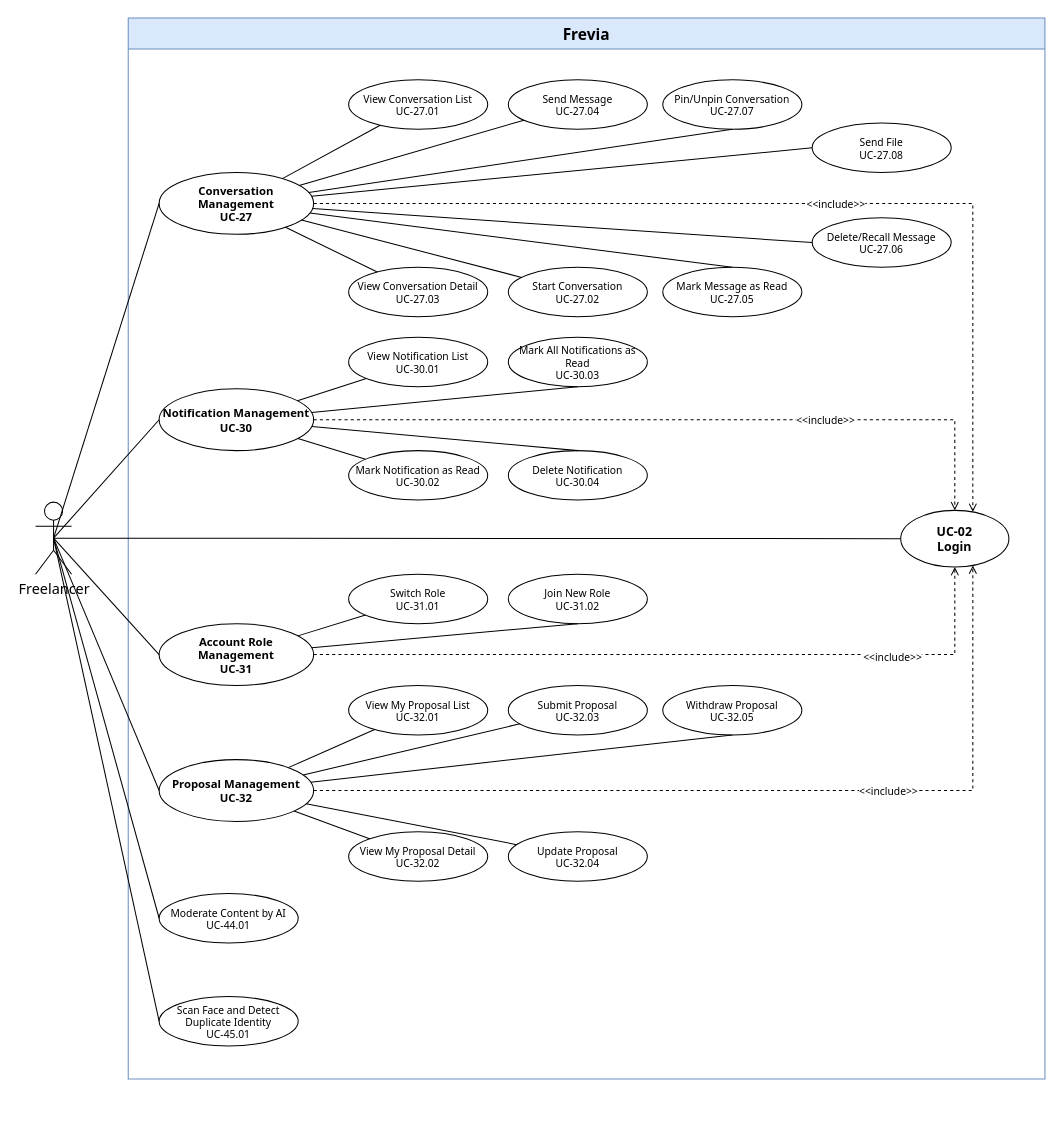
The draw.io diagram page "Freelancer 6/7" (6 of 7) of uc-diagrams/Freelancer.drawio in Thunggg/Frevia, before the edit. Source tidied: cells renumbered, new cells numbered last; positions are measured from the earlier drawing's top-left corner, leaving out a move shared by most shapes. Both pictures are drawn from the tidied source at 103%, with x=0, y=0 at pixel (35, 18).
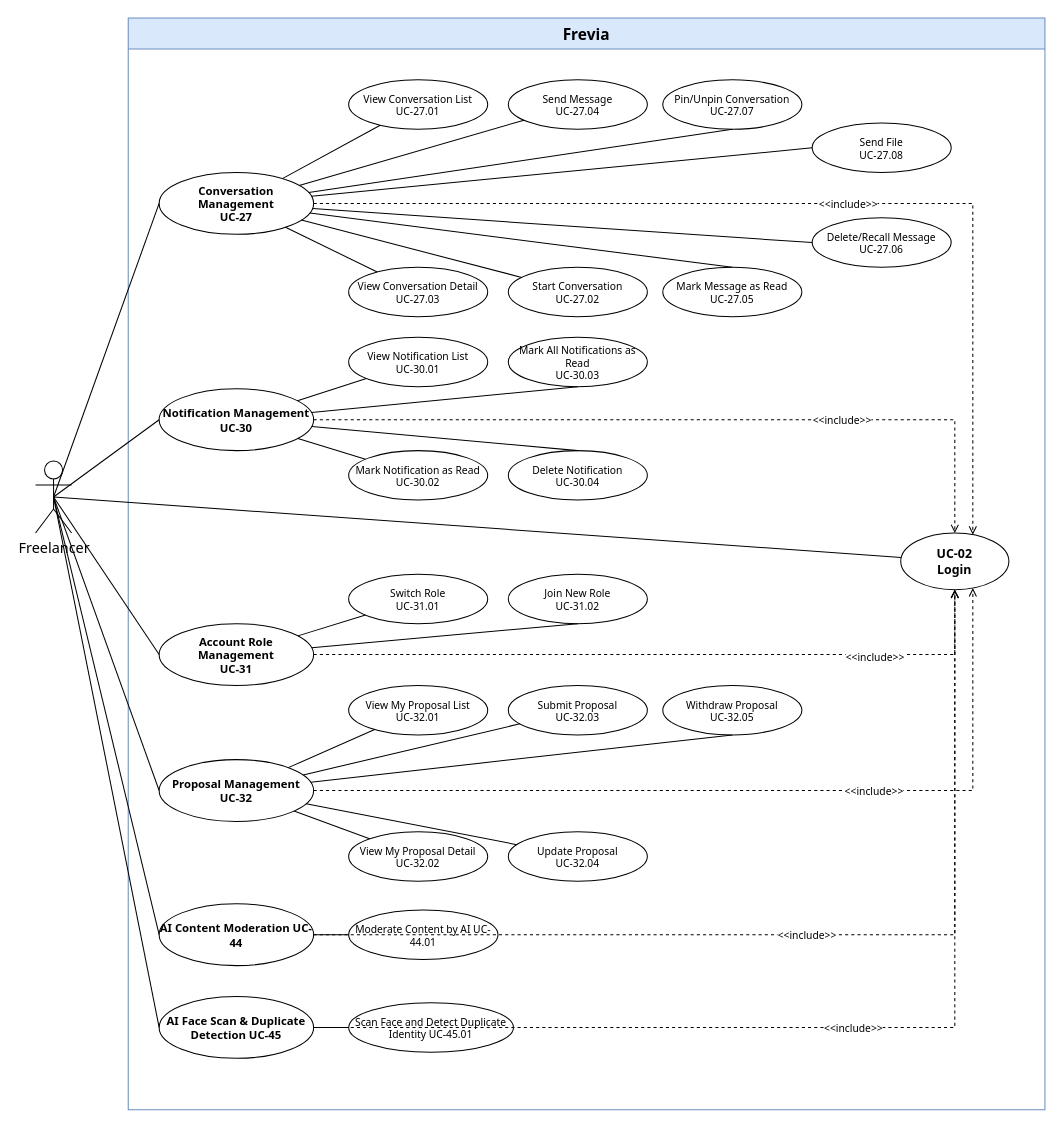
Above is the later version.

What changed in the source:
```diff
@@
     <mxCell id="2" value="Frevia" style="swimlane;whiteSpace=wrap;html=1;startSize=30;fontSize=15;fontFamily=Tahoma;fontStyle=1;fillColor=#dae8fc;strokeColor=#6c8ebf;" parent="1" vertex="1">
-      <mxGeometry x="90" width="890" height="1030" as="geometry" />
+      <mxGeometry x="90" width="890" height="1060" as="geometry" />
     </mxCell>
     <mxCell id="3" value="UC-02&#10;Login" style="ellipse;whiteSpace=wrap;html=1;fontSize=12;fontFamily=Tahoma;fontStyle=1;fillColor=#ffffff;strokeColor=#000000;" parent="2" vertex="1">
-      <mxGeometry x="750" y="478" width="105" height="55" as="geometry" />
+      <mxGeometry x="750" y="500" width="105" height="55" as="geometry" />
     </mxCell>
@@
-    <mxCell id="46" value="Moderate Content by AI&lt;br&gt;UC-44.01" style="ellipse;whiteSpace=wrap;html=1;fontSize=10;fontFamily=Tahoma;fillColor=#ffffff;strokeColor=#000000;" parent="2" vertex="1">
-      <mxGeometry x="30" y="850" width="135" height="48" as="geometry" />
+    <mxCell id="46" value="Moderate Content by AI&amp;#xa;UC-44.01" style="ellipse;whiteSpace=wrap;html=1;fontSize=10;fontFamily=Tahoma;fillColor=#ffffff;strokeColor=#000000;" parent="2" vertex="1">
+      <mxGeometry x="214" y="866" width="145" height="48" as="geometry" />
     </mxCell>
-    <mxCell id="47" value="Scan Face and Detect Duplicate Identity&lt;br&gt;UC-45.01" style="ellipse;whiteSpace=wrap;html=1;fontSize=10;fontFamily=Tahoma;fillColor=#ffffff;strokeColor=#000000;" parent="2" vertex="1">
-      <mxGeometry x="30" y="950" width="135" height="48" as="geometry" />
+    <mxCell id="47" value="Scan Face and Detect Duplicate Identity&amp;#xa;UC-45.01" style="ellipse;whiteSpace=wrap;html=1;fontSize=10;fontFamily=Tahoma;fillColor=#ffffff;strokeColor=#000000;" parent="2" vertex="1">
+      <mxGeometry x="214" y="956" width="160" height="48" as="geometry" />
     </mxCell>
     <mxCell id="48" value="Freelancer" style="shape=umlActor;verticalLabelPosition=bottom;verticalAlign=top;html=1;outlineConnect=0;fontSize=14;fontFamily=Tahoma;" parent="1" vertex="1">
-      <mxGeometry y="470" width="35" height="70" as="geometry" />
+      <mxGeometry y="430" width="35" height="70" as="geometry" />
     </mxCell>
@@
-    <mxCell id="58" style="endArrow=none;html=1;rounded=0;fontFamily=Tahoma;fontSize=13;entryX=0;entryY=0.5;entryDx=0;entryDy=0;exitX=0.5;exitY=0.5;exitDx=0;exitDy=0;exitPerimeter=0;" parent="1" edge="1" source="48" target="47">
+    <mxCell id="58" style="endArrow=none;html=1;rounded=0;fontFamily=Tahoma;fontSize=13;entryX=0;entryY=0.5;entryDx=0;entryDy=0;exitX=0.5;exitY=0.5;exitDx=0;exitDy=0;exitPerimeter=0;" parent="1" edge="1" source="48" target="63">
       <mxGeometry relative="1" as="geometry" />
     </mxCell>
-    <mxCell id="59" style="endArrow=none;html=1;rounded=0;fontFamily=Tahoma;fontSize=13;entryX=0;entryY=0.5;entryDx=0;entryDy=0;exitX=0.5;exitY=0.5;exitDx=0;exitDy=0;exitPerimeter=0;" parent="1" edge="1" source="48" target="46">
+    <mxCell id="59" style="endArrow=none;html=1;rounded=0;fontFamily=Tahoma;fontSize=13;entryX=0;entryY=0.5;entryDx=0;entryDy=0;exitX=0.5;exitY=0.5;exitDx=0;exitDy=0;exitPerimeter=0;" parent="1" edge="1" source="48" target="60">
       <mxGeometry relative="1" as="geometry" />
     </mxCell>
+    <mxCell id="60" value="AI Content Moderation&amp;#xa;UC-44" style="ellipse;whiteSpace=wrap;html=1;fontSize=11;fontFamily=Tahoma;fontStyle=1;fillColor=#ffffff;strokeColor=#000000;" parent="2" vertex="1">
+      <mxGeometry x="30" y="860" width="150" height="60" as="geometry" />
+    </mxCell>
+    <mxCell id="61" style="endArrow=none;html=1;rounded=0;fontFamily=Tahoma;fontSize=13;" parent="2" edge="1" source="60" target="46">
+      <mxGeometry relative="1" as="geometry" />
+    </mxCell>
+    <mxCell id="62" value="&amp;lt;&amp;lt;include&amp;gt;&amp;gt;" style="edgeStyle=orthogonalEdgeStyle;rounded=0;endArrow=open;dashed=1;html=1;strokeColor=#000000;fontSize=10;fontFamily=Tahoma;labelBackgroundColor=#ffffff;align=center;verticalAlign=middle;" parent="2" edge="1" source="60" target="3">
+      <mxGeometry relative="1" as="geometry" />
+    </mxCell>
+    <mxCell id="63" value="AI Face Scan &amp;amp; Duplicate Detection&amp;#xa;UC-45" style="ellipse;whiteSpace=wrap;html=1;fontSize=11;fontFamily=Tahoma;fontStyle=1;fillColor=#ffffff;strokeColor=#000000;" parent="2" vertex="1">
+      <mxGeometry x="30" y="950" width="150" height="60" as="geometry" />
+    </mxCell>
+    <mxCell id="64" style="endArrow=none;html=1;rounded=0;fontFamily=Tahoma;fontSize=13;" parent="2" edge="1" source="63" target="47">
+      <mxGeometry relative="1" as="geometry" />
+    </mxCell>
+    <mxCell id="65" value="&amp;lt;&amp;lt;include&amp;gt;&amp;gt;" style="edgeStyle=orthogonalEdgeStyle;rounded=0;endArrow=open;dashed=1;html=1;strokeColor=#000000;fontSize=10;fontFamily=Tahoma;labelBackgroundColor=#ffffff;align=center;verticalAlign=middle;" parent="2" edge="1" source="63" target="3">
+      <mxGeometry relative="1" as="geometry" />
+    </mxCell>
```
